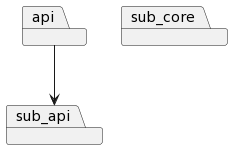
Above: diagrams/test_project_filtered.png in Perlten/Architectural-Lens (PlantUML), before the change.
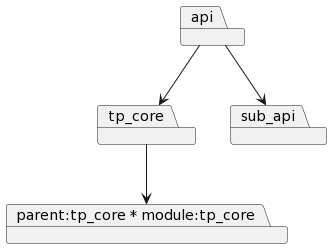
The same diagram one commit later.

The edit, as a diff of the source:
```diff
@@ -1,6 +1,9 @@
 @startuml
-package api
-package sub_api
-package sub_core
-api-->sub_api
+package "api"
+package "tp_core"
+package "sub_api"
+package "parent:tp_core * module:tp_core"
+"api"-->"sub_api"
+"api"-->"tp_core"
+"tp_core"-->"parent:tp_core * module:tp_core"
 @enduml
```
